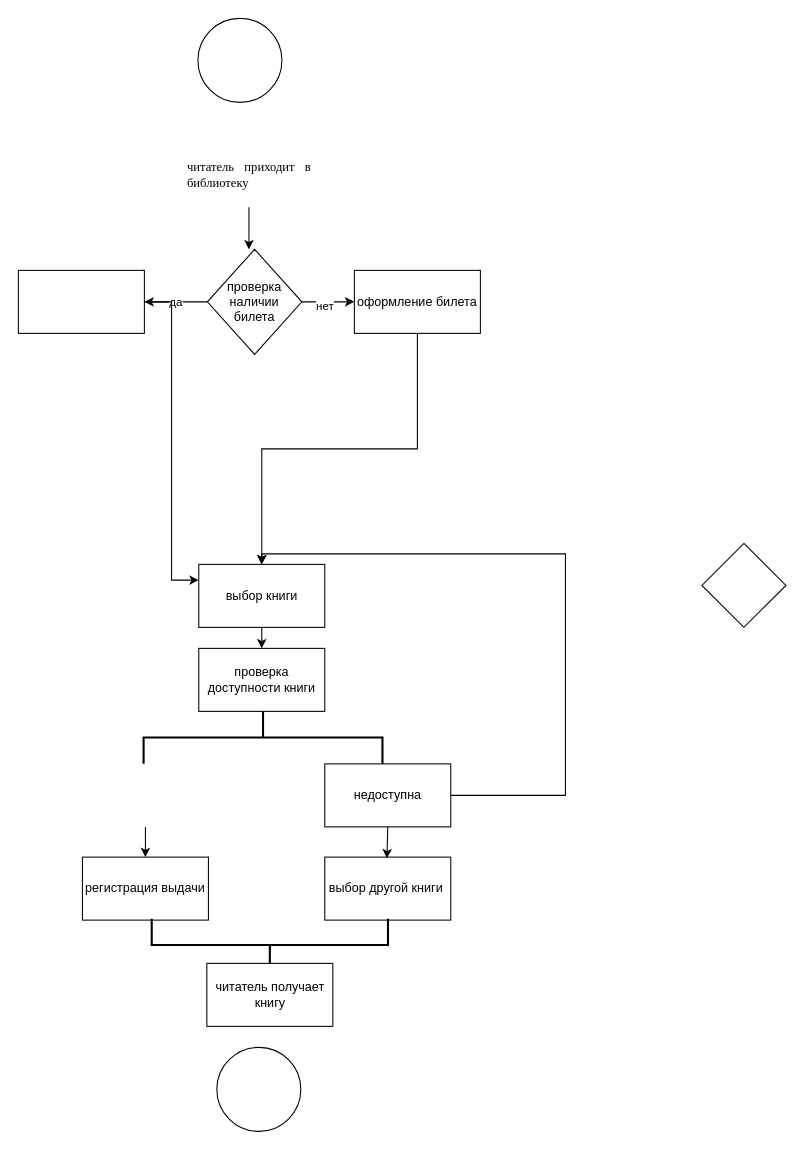
The draw.io diagram page "Страница-1" (1 of 2) of прак12.drawio in nsengirbayev1-hub/-uml-diagrams, before the edit. Source tidied: cells renumbered, new cells numbered last; positions are measured from the earlier drawing's top-left corner, leaving out a move shared by most shapes. Both pictures are drawn from the tidied source at 105%, with x=0, y=0 at pixel (18, 18).
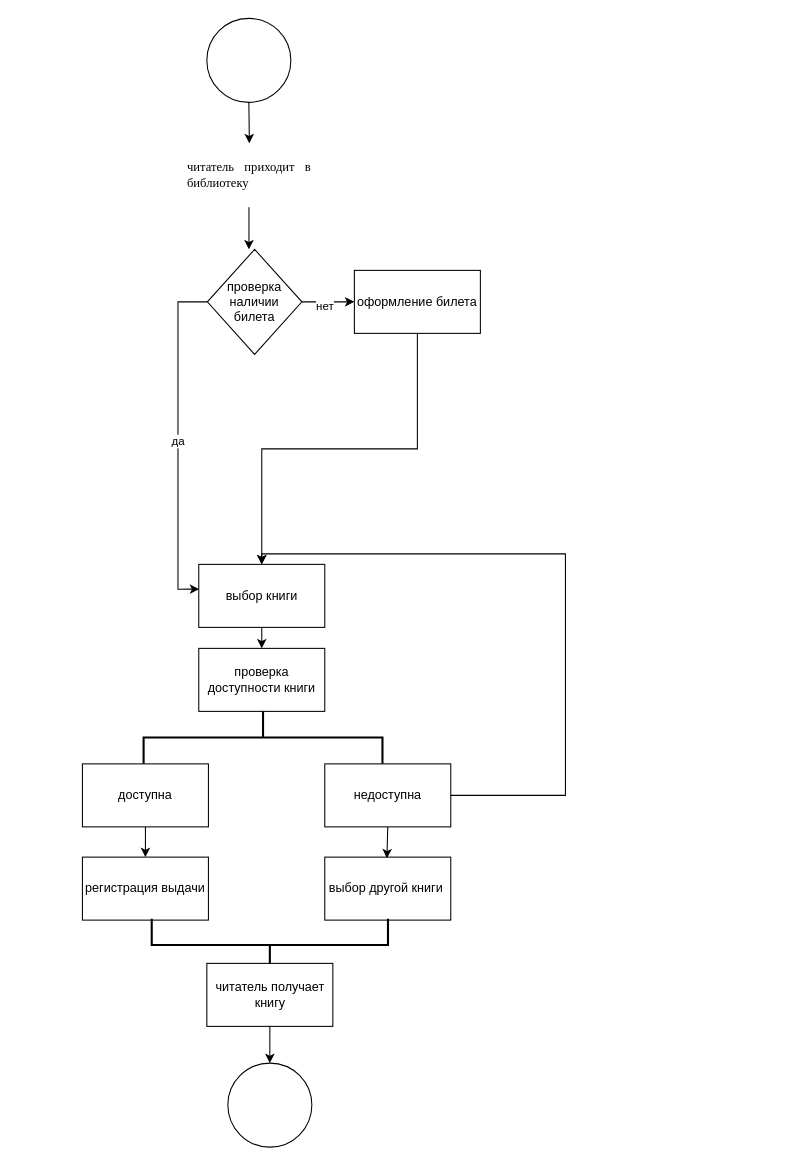
After the change.

Unchanged cells that the change refers to:
```xml
<mxCell id="2" value="&lt;p class=&quot;MsoNormal&quot; align=&quot;justify&quot; style=&quot;margin-left:36,0000pt;text-indent:-18,0000pt;tab-stops:left blank 36,0000pt ;&amp;lt;br/&amp;gt;text-align:justify;text-justify:inter-ideograph;mso-list:l0 level1 lfo1;&quot;&gt;&lt;font face=&quot;Times New Roman&quot;&gt;читатель приходит в библиотеку&lt;/font&gt;&lt;/p&gt;" style="rounded=0;whiteSpace=wrap;html=1;strokeColor=light-dark(#FFFFFF,#FFFFFF);fillColor=light-dark(#FFFFFF,#000000);" parent="1" vertex="1">
  <mxGeometry x="160" y="119" width="120" height="60" as="geometry" />
</mxCell>
<mxCell id="5" value="выбор книги" style="rounded=0;whiteSpace=wrap;html=1;" parent="1" vertex="1">
  <mxGeometry x="171.8" y="520" width="120" height="60" as="geometry" />
</mxCell>
<mxCell id="16" value="читатель получает книгу" style="rounded=0;whiteSpace=wrap;html=1;" parent="1" vertex="1">
  <mxGeometry x="179.5" y="900" width="120" height="60" as="geometry" />
</mxCell>
<mxCell id="21" value="проверка наличии билета" style="rhombus;whiteSpace=wrap;html=1;" parent="1" vertex="1">
  <mxGeometry x="180" y="220" width="90" height="100" as="geometry" />
</mxCell>
```

Change to the diagram source:
```diff
@@
     <mxCell id="17" style="ellipse;whiteSpace=wrap;html=1;" parent="1" vertex="1">
-      <mxGeometry x="171" width="80" height="80" as="geometry" />
+      <mxGeometry x="179.5" width="80" height="80" as="geometry" />
     </mxCell>
-    <mxCell id="18" value="да" style="edgeStyle=orthogonalEdgeStyle;rounded=0;jettySize=auto;html=1;" parent="1" edge="1" source="21" target="23">
-      <mxGeometry relative="1" as="geometry" />
+    <mxCell id="18" value="да" style="edgeStyle=orthogonalEdgeStyle;rounded=0;jettySize=auto;html=1;entryX=0.004;entryY=0.393;entryDx=0;entryDy=0;entryPerimeter=0;exitX=0;exitY=0.5;exitDx=0;exitDy=0;" parent="1" edge="1" source="21" target="5">
+      <mxGeometry relative="1" as="geometry">
+        <Array as="points">
+          <mxPoint x="152" y="270" />
+          <mxPoint x="152" y="544" />
+        </Array>
+      </mxGeometry>
     </mxCell>
@@
-    <mxCell id="22" style="edgeStyle=orthogonalEdgeStyle;rounded=0;jettySize=auto;html=1;entryX=0;entryY=0.25;entryDx=0;entryDy=0;" parent="1" edge="1" source="23" target="5">
-      <mxGeometry relative="1" as="geometry" />
-    </mxCell>
-    <mxCell id="23" style="whiteSpace=wrap;html=1;" parent="1" vertex="1">
-      <mxGeometry y="240" width="120" height="60" as="geometry" />
-    </mxCell>
@@
-    <mxCell id="25" style="rhombus;whiteSpace=wrap;html=1;" parent="1" vertex="1">
-      <mxGeometry x="651" y="500" width="80" height="80" as="geometry" />
-    </mxCell>
     <mxCell id="26" style="ellipse;whiteSpace=wrap;html=1;" parent="1" vertex="1">
-      <mxGeometry x="189" y="980" width="80" height="80" as="geometry" />
+      <mxGeometry x="199.5" y="995" width="80" height="80" as="geometry" />
     </mxCell>
+    <mxCell id="27" value="доступна" style="rounded=0;whiteSpace=wrap;html=1;" parent="1" vertex="1">
+      <mxGeometry x="61" y="710" width="120" height="60" as="geometry" />
+    </mxCell>
+    <mxCell id="28" style="endArrow=classic;html=1;rounded=0;entryX=0.5;entryY=0;entryDx=0;entryDy=0;exitX=0.5;exitY=1;exitDx=0;exitDy=0;" parent="1" edge="1" source="16" target="26">
+      <mxGeometry relative="1" as="geometry" />
+    </mxCell>
+    <mxCell id="29" style="endArrow=classic;html=1;rounded=0;exitX=0.5;exitY=1;exitDx=0;exitDy=0;entryX=0.5;entryY=0;entryDx=0;entryDy=0;" parent="1" edge="1" source="17" target="2">
+      <mxGeometry relative="1" as="geometry" />
+    </mxCell>
```
